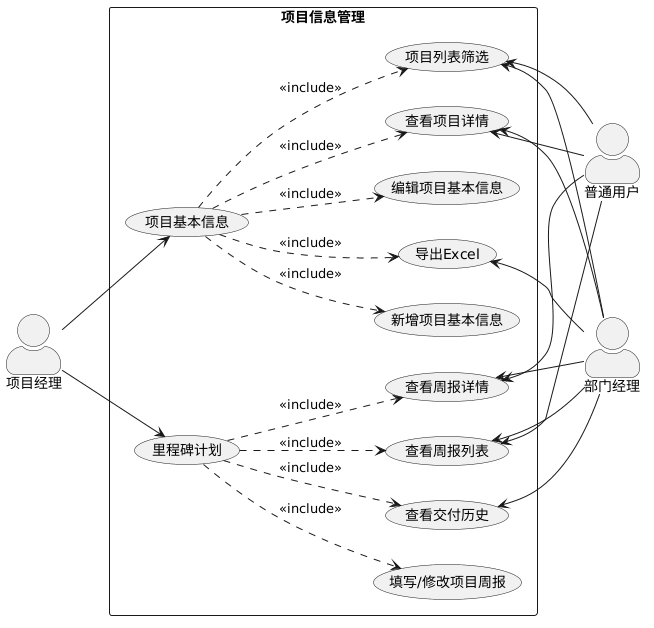
Earlier version of the PlantUML export imgs/usecase/项目信息管理用例图.png (Moon-Knight1/SEU-Graduation-Thesis-Template).
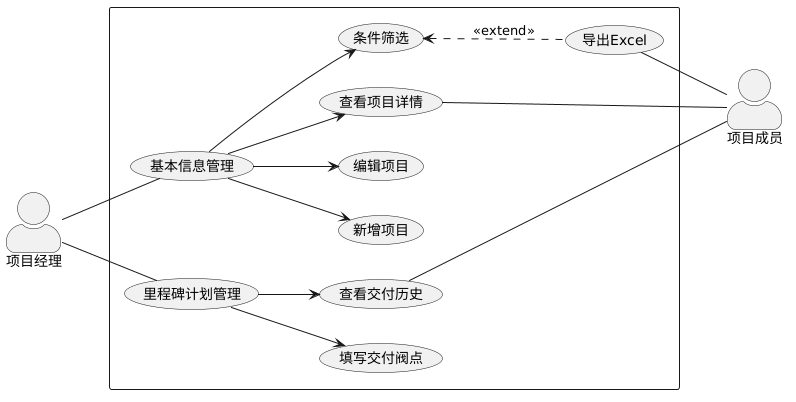
The same file after the commit.

Change to the diagram source:
```diff
@@ -4,47 +4,35 @@
 skinparam actorStyle awesome
 
 actor "项目经理" as SPM
-actor "部门经理" as PMO
-actor "普通用户" as User
+actor "项目成员" as User
 
-rectangle "项目信息管理" {
-    usecase "项目基本信息" as ProjectBaseinfo
-    usecase "项目列表筛选" as ViewProjectList
+rectangle {
+    usecase "基本信息管理" as ProjectBaseinfo
+    usecase "条件筛选" as ViewProjectList
     usecase "查看项目详情" as ViewProjectDetail
-    usecase "新增项目基本信息" as AddProjectInfo
-    usecase "编辑项目基本信息" as EditProjectInfo
+    usecase "新增项目" as AddProjectInfo
+    usecase "编辑项目" as EditProjectInfo
 
-    usecase "里程碑计划" as MileStone
-    usecase "查看周报列表" as ViewReportList
-    usecase "查看周报详情" as ViewReportDetail
-    usecase "填写/修改项目周报" as EditWeeklyReport
+    usecase "里程碑计划管理" as MileStone
+    usecase "填写交付阀点" as EditWeeklyReport
     usecase "查看交付历史" as ViewDeliveryHistory
 
     usecase "导出Excel" as ExportExcel
 }
 
-SPM --> ProjectBaseinfo
-SPM --> MileStone
+SPM -- ProjectBaseinfo
+SPM -- MileStone
 
-ProjectBaseinfo ..> ViewProjectList : <<include>>
-ProjectBaseinfo ..> ViewProjectDetail : <<include>>
-ProjectBaseinfo ..> AddProjectInfo : <<include>>
-ProjectBaseinfo ..> EditProjectInfo : <<include>>
-ProjectBaseinfo ..> ExportExcel : <<include>>
+ProjectBaseinfo --> ViewProjectList
+ProjectBaseinfo --> ViewProjectDetail
+ProjectBaseinfo --> AddProjectInfo
+ProjectBaseinfo --> EditProjectInfo
+ViewProjectList <.. ExportExcel : <<extend>>
 
-MileStone ..> ViewReportList : <<include>>
-MileStone ..> ViewReportDetail : <<include>>
-MileStone ..> EditWeeklyReport : <<include>>
-MileStone ..> ViewDeliveryHistory : <<include>>
+MileStone --> EditWeeklyReport
+MileStone --> ViewDeliveryHistory
 
-ViewProjectList <-- PMO
-ViewProjectDetail <-- PMO
-ViewReportList <-- PMO
-ViewReportDetail <-- PMO
-ViewDeliveryHistory <-- PMO
-ExportExcel <-- PMO
-ViewProjectList <-- User
-ViewProjectDetail<--User
-ViewReportList<--User
-ViewReportDetail<--User
+ViewProjectDetail  -- User
+ViewDeliveryHistory  -- User
+ExportExcel -- User
 @enduml
```
